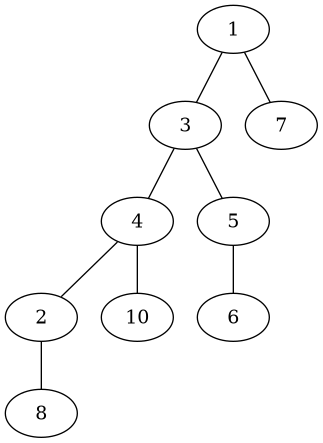
Earlier version of the Graphviz export lab_08/ost_graph.png (Nill777/IU7_TADS). Its source is kept beside it as lab_08/ost_graph.gv. Source of this version:
```dot
graph G {
1 -- 3;
1 -- 7;
2 -- 8;
3 -- 4;
3 -- 5;
4 -- 2;
4 -- 10;
5 -- 6;
}
```
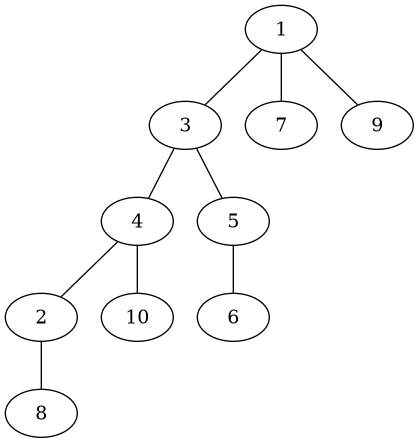
The same diagram one commit later.

Diff of the diagram source:
```diff
@@ -1,6 +1,7 @@
 graph G {
 1 -- 3;
 1 -- 7;
+1 -- 9;
 2 -- 8;
 3 -- 4;
 3 -- 5;
```
